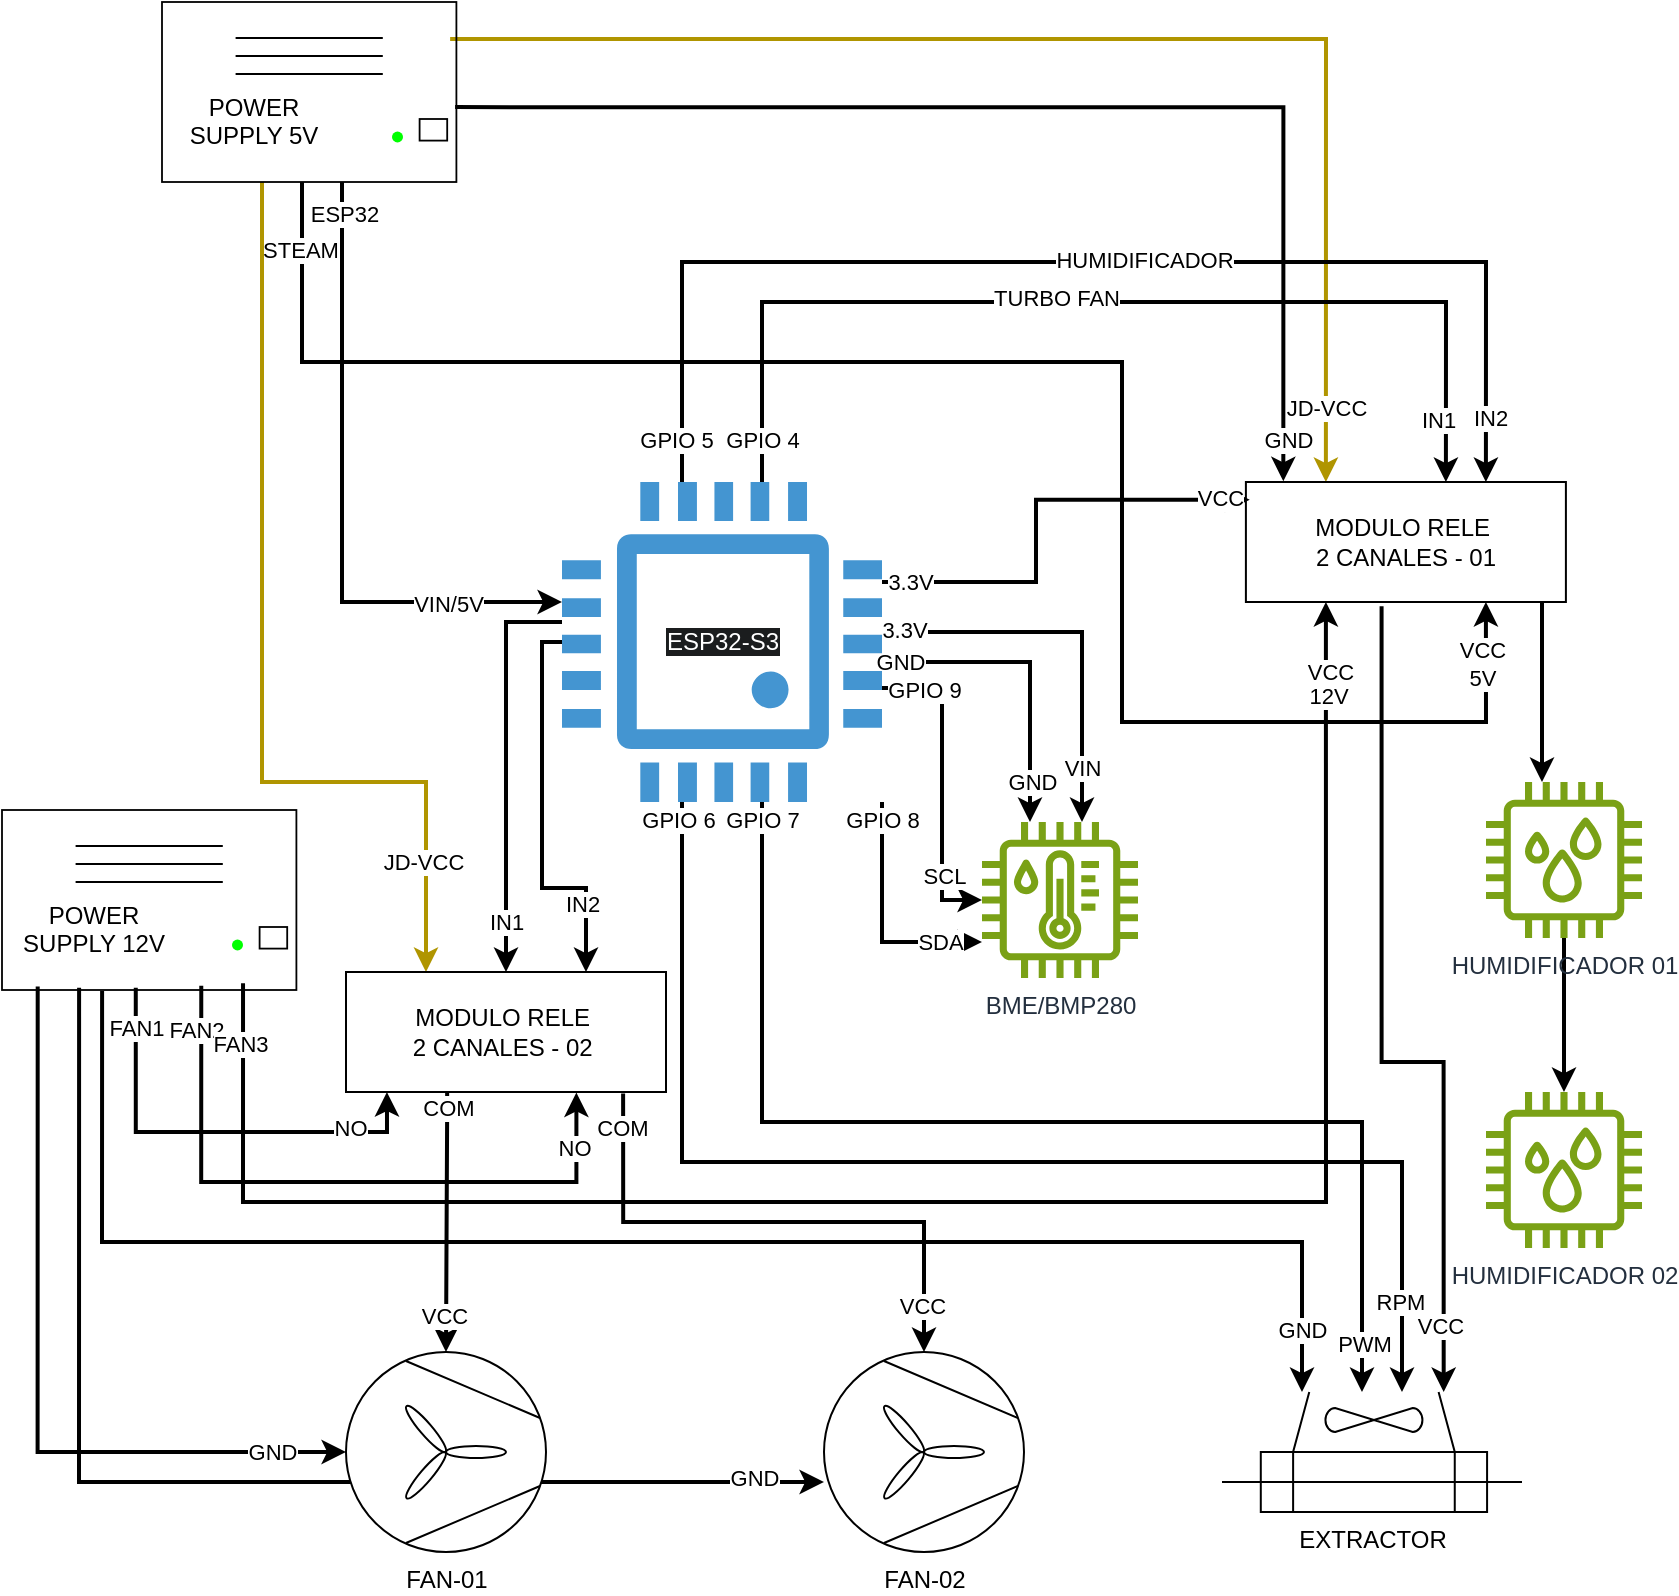
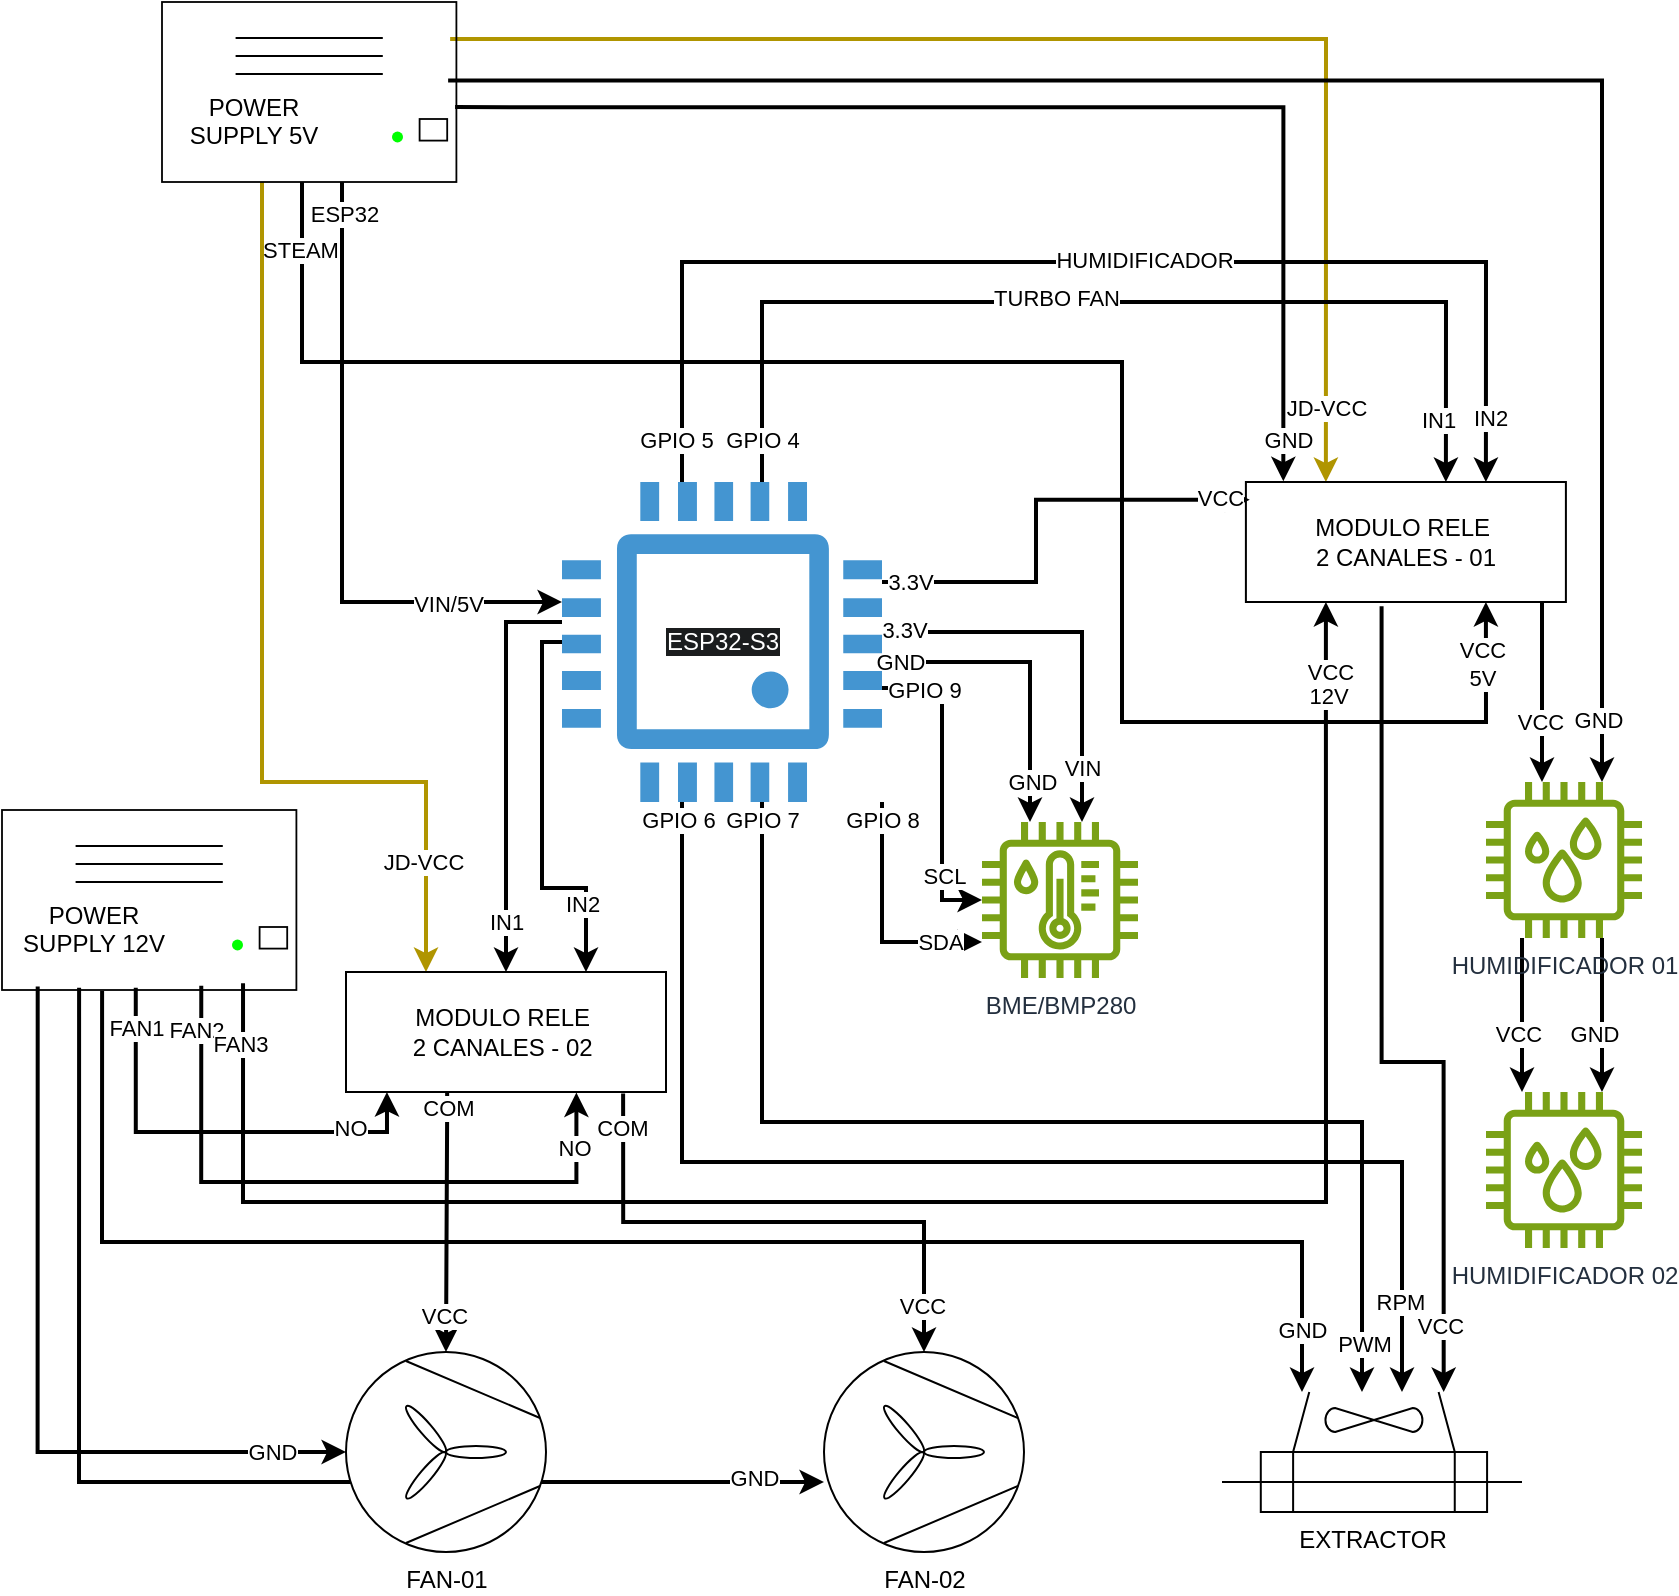
<mxfile host="app.diagrams.net">
  <diagram name="Página-1" id="koUn4hIdyBtjUtpu3TXn">
-     <mxGraphModel dx="2115" dy="705" grid="1" gridSize="10" guides="1" tooltips="1" connect="1" arrows="1" fold="1" page="1" pageScale="1" pageWidth="827" pageHeight="1169" math="0" shadow="0">
+     <mxGraphModel dx="2887" dy="1128" grid="1" gridSize="10" guides="1" tooltips="1" connect="1" arrows="1" fold="1" page="1" pageScale="1" pageWidth="827" pageHeight="1169" math="0" shadow="0">
      <root>
        <mxCell id="0" />
        <mxCell id="1" parent="0" />
        <mxCell id="JcPs1KeFLbjiR-1g2Z5X-6" edge="1" parent="1" source="-57AGY_NIGQAZNsNdCAg-44" style="edgeStyle=orthogonalEdgeStyle;rounded=0;orthogonalLoop=1;jettySize=auto;html=1;entryX=0.25;entryY=0;entryDx=0;entryDy=0;fillColor=#e3c800;strokeColor=light-dark(#B09500,#FFFF33);strokeWidth=2;exitX=1.566;exitY=0.206;exitDx=0;exitDy=0;exitPerimeter=0;" target="JcPs1KeFLbjiR-1g2Z5X-2" value="">
          <mxGeometry relative="1" as="geometry">
            <mxPoint x="200" y="135" as="sourcePoint" />
          </mxGeometry>
        </mxCell>
        <mxCell id="-57AGY_NIGQAZNsNdCAg-20" connectable="0" parent="JcPs1KeFLbjiR-1g2Z5X-6" style="edgeLabel;html=1;align=center;verticalAlign=middle;resizable=0;points=[];" value="JD-VCC" vertex="1">
          <mxGeometry relative="1" x="0.8871" as="geometry">
            <mxPoint as="offset" />
          </mxGeometry>
        </mxCell>
        <mxCell id="JcPs1KeFLbjiR-1g2Z5X-10" edge="1" parent="1" source="-57AGY_NIGQAZNsNdCAg-44" style="edgeStyle=orthogonalEdgeStyle;rounded=0;orthogonalLoop=1;jettySize=auto;html=1;entryX=0.117;entryY=-0.006;entryDx=0;entryDy=0;strokeWidth=2;exitX=1.593;exitY=0.584;exitDx=0;exitDy=0;entryPerimeter=0;exitPerimeter=0;" target="JcPs1KeFLbjiR-1g2Z5X-2" value="">
          <mxGeometry relative="1" x="0.0006" as="geometry">
            <mxPoint as="offset" />
            <Array as="points">
              <mxPoint x="611" y="143" />
            </Array>
            <mxPoint x="200" y="150" as="sourcePoint" />
          </mxGeometry>
        </mxCell>
        <mxCell id="-57AGY_NIGQAZNsNdCAg-32" connectable="0" parent="JcPs1KeFLbjiR-1g2Z5X-10" style="edgeLabel;html=1;align=center;verticalAlign=middle;resizable=0;points=[];" value="GND" vertex="1">
          <mxGeometry relative="1" x="0.9315" y="2" as="geometry">
            <mxPoint as="offset" />
          </mxGeometry>
        </mxCell>
        <mxCell id="JcPs1KeFLbjiR-1g2Z5X-53" edge="1" parent="1" source="-57AGY_NIGQAZNsNdCAg-45" style="edgeStyle=orthogonalEdgeStyle;rounded=0;orthogonalLoop=1;jettySize=auto;html=1;exitX=0.419;exitY=0.988;exitDx=0;exitDy=0;strokeWidth=2;exitPerimeter=0;" target="JcPs1KeFLbjiR-1g2Z5X-51">
          <mxGeometry relative="1" as="geometry">
            <Array as="points">
              <mxPoint x="9" y="830" />
            </Array>
            <mxPoint x="8" y="590" as="sourcePoint" />
          </mxGeometry>
        </mxCell>
        <mxCell id="JcPs1KeFLbjiR-1g2Z5X-54" connectable="0" parent="JcPs1KeFLbjiR-1g2Z5X-53" style="edgeLabel;html=1;align=center;verticalAlign=middle;resizable=0;points=[];" value="GND" vertex="1">
          <mxGeometry relative="1" x="0.8845" y="2" as="geometry">
            <mxPoint as="offset" />
          </mxGeometry>
        </mxCell>
        <mxCell id="JcPs1KeFLbjiR-1g2Z5X-13" edge="1" parent="1" source="-57AGY_NIGQAZNsNdCAg-44" style="edgeStyle=orthogonalEdgeStyle;rounded=0;orthogonalLoop=1;jettySize=auto;html=1;strokeColor=light-dark(#000000,#FF9933);strokeWidth=2;" target="JcPs1KeFLbjiR-1g2Z5X-11" value="">
          <mxGeometry relative="1" x="-0.0012" as="geometry">
            <mxPoint as="offset" />
            <Array as="points">
              <mxPoint x="140" y="390" />
            </Array>
            <mxPoint x="140" y="180" as="sourcePoint" />
            <mxPoint x="240" y="340" as="targetPoint" />
          </mxGeometry>
        </mxCell>
        <mxCell id="JcPs1KeFLbjiR-1g2Z5X-43" connectable="0" parent="JcPs1KeFLbjiR-1g2Z5X-13" style="edgeLabel;html=1;align=center;verticalAlign=middle;resizable=0;points=[];" value="VIN/5V" vertex="1">
          <mxGeometry relative="1" x="0.6434" y="-1" as="geometry">
            <mxPoint as="offset" />
          </mxGeometry>
        </mxCell>
        <mxCell id="-57AGY_NIGQAZNsNdCAg-64" connectable="0" parent="JcPs1KeFLbjiR-1g2Z5X-13" style="edgeLabel;html=1;align=center;verticalAlign=middle;resizable=0;points=[];" value="ESP32" vertex="1">
          <mxGeometry relative="1" x="-0.9" y="1" as="geometry">
            <mxPoint as="offset" />
          </mxGeometry>
        </mxCell>
        <mxCell id="JcPs1KeFLbjiR-1g2Z5X-38" edge="1" parent="1" source="-57AGY_NIGQAZNsNdCAg-44" style="edgeStyle=orthogonalEdgeStyle;rounded=0;orthogonalLoop=1;jettySize=auto;html=1;entryX=0.25;entryY=0;entryDx=0;entryDy=0;strokeColor=light-dark(#B09500,#FFFF33);strokeWidth=2;" target="JcPs1KeFLbjiR-1g2Z5X-26">
          <mxGeometry relative="1" as="geometry">
            <Array as="points">
              <mxPoint x="100" y="480" />
              <mxPoint x="182" y="480" />
            </Array>
            <mxPoint x="100" y="180" as="sourcePoint" />
          </mxGeometry>
        </mxCell>
        <mxCell id="JcPs1KeFLbjiR-1g2Z5X-41" connectable="0" parent="JcPs1KeFLbjiR-1g2Z5X-38" style="edgeLabel;html=1;align=center;verticalAlign=middle;resizable=0;points=[];" value="JD-VCC&amp;nbsp;" vertex="1">
          <mxGeometry relative="1" x="0.7674" as="geometry">
            <mxPoint as="offset" />
          </mxGeometry>
        </mxCell>
        <mxCell id="-57AGY_NIGQAZNsNdCAg-9" edge="1" parent="1" source="JcPs1KeFLbjiR-1g2Z5X-2" style="edgeStyle=orthogonalEdgeStyle;rounded=0;orthogonalLoop=1;jettySize=auto;html=1;strokeColor=light-dark(#000000,#FF0000);strokeWidth=2;exitX=0.424;exitY=1.035;exitDx=0;exitDy=0;exitPerimeter=0;">
          <mxGeometry relative="1" as="geometry">
            <Array as="points">
              <mxPoint x="660" y="620" />
              <mxPoint x="691" y="620" />
            </Array>
            <mxPoint x="690.8447368421055" y="785" as="targetPoint" />
          </mxGeometry>
        </mxCell>
        <mxCell id="-57AGY_NIGQAZNsNdCAg-10" connectable="0" parent="-57AGY_NIGQAZNsNdCAg-9" style="edgeLabel;html=1;align=center;verticalAlign=middle;resizable=0;points=[];" value="VCC" vertex="1">
          <mxGeometry relative="1" x="0.8878" y="-2" as="geometry">
            <mxPoint y="-9" as="offset" />
          </mxGeometry>
        </mxCell>
        <mxCell id="-57AGY_NIGQAZNsNdCAg-68" edge="1" parent="1" source="JcPs1KeFLbjiR-1g2Z5X-2" style="edgeStyle=orthogonalEdgeStyle;rounded=0;orthogonalLoop=1;jettySize=auto;html=1;strokeColor=light-dark(#000000,#FF0000);strokeWidth=2;" target="-57AGY_NIGQAZNsNdCAg-60">
          <mxGeometry relative="1" as="geometry">
            <Array as="points">
              <mxPoint x="740" y="450" />
              <mxPoint x="740" y="450" />
            </Array>
          </mxGeometry>
        </mxCell>
+         <mxCell id="-57AGY_NIGQAZNsNdCAg-73" connectable="0" parent="-57AGY_NIGQAZNsNdCAg-68" style="edgeLabel;html=1;align=center;verticalAlign=middle;resizable=0;points=[];" value="VCC" vertex="1">
+           <mxGeometry relative="1" x="0.3278" y="-1" as="geometry">
+             <mxPoint as="offset" />
+           </mxGeometry>
+         </mxCell>
        <mxCell id="JcPs1KeFLbjiR-1g2Z5X-2" parent="1" style="rounded=0;whiteSpace=wrap;html=1;strokeColor=light-dark(#000000,#0066CC);" value="MODULO RELE&amp;nbsp;&lt;div&gt;2 CANALES - 01&lt;/div&gt;" vertex="1">
          <mxGeometry height="60" width="160" x="591.95" y="330" as="geometry" />
        </mxCell>
        <mxCell id="JcPs1KeFLbjiR-1g2Z5X-7" parent="1" style="verticalLabelPosition=bottom;outlineConnect=0;align=center;dashed=0;html=1;verticalAlign=top;shape=mxgraph.pid.misc.fan;" value="FAN-01" vertex="1">
          <mxGeometry height="100" width="100" x="142" y="765" as="geometry" />
        </mxCell>
        <mxCell id="-57AGY_NIGQAZNsNdCAg-4" edge="1" parent="1" source="-57AGY_NIGQAZNsNdCAg-45" style="edgeStyle=orthogonalEdgeStyle;rounded=0;orthogonalLoop=1;jettySize=auto;html=1;strokeWidth=2;exitX=0.544;exitY=1.005;exitDx=0;exitDy=0;exitPerimeter=0;" target="-57AGY_NIGQAZNsNdCAg-3">
          <mxGeometry relative="1" as="geometry">
            <Array as="points">
              <mxPoint x="20" y="710" />
              <mxPoint x="620" y="710" />
            </Array>
            <mxPoint x="30" y="590" as="sourcePoint" />
          </mxGeometry>
        </mxCell>
        <mxCell id="-57AGY_NIGQAZNsNdCAg-5" connectable="0" parent="-57AGY_NIGQAZNsNdCAg-4" style="edgeLabel;html=1;align=center;verticalAlign=middle;resizable=0;points=[];" value="GND" vertex="1">
          <mxGeometry relative="1" x="0.9221" as="geometry">
            <mxPoint as="offset" />
          </mxGeometry>
        </mxCell>
        <mxCell id="JcPs1KeFLbjiR-1g2Z5X-17" edge="1" parent="1" source="JcPs1KeFLbjiR-1g2Z5X-11" style="edgeStyle=orthogonalEdgeStyle;rounded=0;orthogonalLoop=1;jettySize=auto;html=1;strokeColor=light-dark(#000000,#FF9933);startSize=6;strokeWidth=2;" target="JcPs1KeFLbjiR-1g2Z5X-16" value="">
          <mxGeometry relative="1" x="-0.0026" as="geometry">
            <mxPoint as="offset" />
            <Array as="points">
              <mxPoint x="510" y="405" />
            </Array>
          </mxGeometry>
        </mxCell>
        <mxCell id="JcPs1KeFLbjiR-1g2Z5X-18" connectable="0" parent="JcPs1KeFLbjiR-1g2Z5X-17" style="edgeLabel;html=1;align=center;verticalAlign=middle;resizable=0;points=[];" value="VIN" vertex="1">
          <mxGeometry relative="1" x="0.7232" as="geometry">
            <mxPoint as="offset" />
          </mxGeometry>
        </mxCell>
        <mxCell id="-57AGY_NIGQAZNsNdCAg-39" connectable="0" parent="JcPs1KeFLbjiR-1g2Z5X-17" style="edgeLabel;html=1;align=center;verticalAlign=middle;resizable=0;points=[];" value="3.3V" vertex="1">
          <mxGeometry relative="1" x="-0.8873" y="1" as="geometry">
            <mxPoint as="offset" />
          </mxGeometry>
        </mxCell>
        <mxCell id="JcPs1KeFLbjiR-1g2Z5X-21" edge="1" parent="1" source="JcPs1KeFLbjiR-1g2Z5X-11" style="edgeStyle=orthogonalEdgeStyle;rounded=0;orthogonalLoop=1;jettySize=auto;html=1;strokeWidth=2;" target="JcPs1KeFLbjiR-1g2Z5X-16">
          <mxGeometry relative="1" as="geometry">
            <Array as="points">
              <mxPoint x="484" y="420" />
            </Array>
          </mxGeometry>
        </mxCell>
        <mxCell id="JcPs1KeFLbjiR-1g2Z5X-23" connectable="0" parent="JcPs1KeFLbjiR-1g2Z5X-21" style="edgeLabel;html=1;align=center;verticalAlign=middle;resizable=0;points=[];" value="GND" vertex="1">
          <mxGeometry relative="1" x="-0.4403" as="geometry">
            <mxPoint x="-34" as="offset" />
          </mxGeometry>
        </mxCell>
        <mxCell id="-57AGY_NIGQAZNsNdCAg-40" connectable="0" parent="JcPs1KeFLbjiR-1g2Z5X-21" style="edgeLabel;html=1;align=center;verticalAlign=middle;resizable=0;points=[];" value="GND" vertex="1">
          <mxGeometry relative="1" x="0.7311" y="1" as="geometry">
            <mxPoint as="offset" />
          </mxGeometry>
        </mxCell>
        <mxCell id="JcPs1KeFLbjiR-1g2Z5X-44" edge="1" parent="1" source="JcPs1KeFLbjiR-1g2Z5X-11" style="edgeStyle=orthogonalEdgeStyle;rounded=0;orthogonalLoop=1;jettySize=auto;html=1;strokeColor=light-dark(#000000,#00CCCC);strokeWidth=2;entryX=0.5;entryY=0;entryDx=0;entryDy=0;" target="JcPs1KeFLbjiR-1g2Z5X-26">
          <mxGeometry relative="1" as="geometry">
            <Array as="points">
              <mxPoint x="222" y="400" />
            </Array>
            <mxPoint x="257" y="400.0044827586207" as="sourcePoint" />
            <mxPoint x="210" y="559.97" as="targetPoint" />
          </mxGeometry>
        </mxCell>
        <mxCell id="JcPs1KeFLbjiR-1g2Z5X-46" connectable="0" parent="JcPs1KeFLbjiR-1g2Z5X-44" style="edgeLabel;html=1;align=center;verticalAlign=middle;resizable=0;points=[];" value="IN1" vertex="1">
          <mxGeometry relative="1" x="0.7496" as="geometry">
            <mxPoint as="offset" />
          </mxGeometry>
        </mxCell>
        <mxCell id="JcPs1KeFLbjiR-1g2Z5X-48" edge="1" parent="1" source="JcPs1KeFLbjiR-1g2Z5X-11" style="edgeStyle=orthogonalEdgeStyle;rounded=0;orthogonalLoop=1;jettySize=auto;html=1;entryX=0.75;entryY=0;entryDx=0;entryDy=0;strokeColor=light-dark(#000000,#00CCCC);strokeWidth=2;" target="JcPs1KeFLbjiR-1g2Z5X-26">
          <mxGeometry relative="1" as="geometry">
            <Array as="points">
              <mxPoint x="240" y="410" />
              <mxPoint x="240" y="533" />
              <mxPoint x="262" y="533" />
            </Array>
          </mxGeometry>
        </mxCell>
        <mxCell id="JcPs1KeFLbjiR-1g2Z5X-49" connectable="0" parent="JcPs1KeFLbjiR-1g2Z5X-48" style="edgeLabel;html=1;align=center;verticalAlign=middle;resizable=0;points=[];" value="IN2" vertex="1">
          <mxGeometry relative="1" x="0.6508" y="-2" as="geometry">
            <mxPoint as="offset" />
          </mxGeometry>
        </mxCell>
        <mxCell id="-57AGY_NIGQAZNsNdCAg-12" edge="1" parent="1" source="JcPs1KeFLbjiR-1g2Z5X-11" style="edgeStyle=orthogonalEdgeStyle;rounded=0;orthogonalLoop=1;jettySize=auto;html=1;strokeColor=light-dark(#000000,#80FF00);strokeWidth=2;" target="-57AGY_NIGQAZNsNdCAg-3">
          <mxGeometry relative="1" as="geometry">
            <Array as="points">
              <mxPoint x="310" y="670" />
              <mxPoint x="670" y="670" />
            </Array>
          </mxGeometry>
        </mxCell>
        <mxCell id="-57AGY_NIGQAZNsNdCAg-15" connectable="0" parent="-57AGY_NIGQAZNsNdCAg-12" style="edgeLabel;html=1;align=center;verticalAlign=middle;resizable=0;points=[];" value="RPM" vertex="1">
          <mxGeometry relative="1" x="0.8651" y="-1" as="geometry">
            <mxPoint y="-1" as="offset" />
          </mxGeometry>
        </mxCell>
        <mxCell id="-57AGY_NIGQAZNsNdCAg-16" connectable="0" parent="-57AGY_NIGQAZNsNdCAg-12" style="edgeLabel;html=1;align=center;verticalAlign=middle;resizable=0;points=[];" value="GPIO 6" vertex="1">
          <mxGeometry relative="1" x="-0.9151" y="-1" as="geometry">
            <mxPoint x="-1" y="-19" as="offset" />
          </mxGeometry>
        </mxCell>
        <mxCell id="-57AGY_NIGQAZNsNdCAg-46" edge="1" parent="1" source="JcPs1KeFLbjiR-1g2Z5X-16" style="edgeStyle=orthogonalEdgeStyle;rounded=0;orthogonalLoop=1;jettySize=auto;html=1;strokeColor=light-dark(#000000,#00FFFF);strokeWidth=2;endArrow=none;endFill=0;startArrow=classic;startFill=1;" target="JcPs1KeFLbjiR-1g2Z5X-11">
          <mxGeometry relative="1" as="geometry">
            <Array as="points">
              <mxPoint x="440" y="539" />
              <mxPoint x="440" y="433" />
            </Array>
          </mxGeometry>
        </mxCell>
        <mxCell id="-57AGY_NIGQAZNsNdCAg-47" connectable="0" parent="-57AGY_NIGQAZNsNdCAg-46" style="edgeLabel;html=1;align=center;verticalAlign=middle;resizable=0;points=[];" value="GPIO 9" vertex="1">
          <mxGeometry relative="1" x="0.7309" y="1" as="geometry">
            <mxPoint as="offset" />
          </mxGeometry>
        </mxCell>
        <mxCell id="-57AGY_NIGQAZNsNdCAg-49" connectable="0" parent="-57AGY_NIGQAZNsNdCAg-46" style="edgeLabel;html=1;align=center;verticalAlign=middle;resizable=0;points=[];" value="SCL" vertex="1">
          <mxGeometry relative="1" x="-0.5871" y="-1" as="geometry">
            <mxPoint as="offset" />
          </mxGeometry>
        </mxCell>
        <mxCell id="JcPs1KeFLbjiR-1g2Z5X-16" parent="1" style="sketch=0;outlineConnect=0;fontColor=#232F3E;gradientColor=none;fillColor=#7AA116;strokeColor=none;dashed=0;verticalLabelPosition=bottom;verticalAlign=top;align=center;html=1;fontSize=12;fontStyle=0;aspect=fixed;pointerEvents=1;shape=mxgraph.aws4.iot_thing_temperature_humidity_sensor;" value="BME/BMP280" vertex="1">
          <mxGeometry height="78" width="78" x="460" y="500" as="geometry" />
        </mxCell>
        <mxCell id="JcPs1KeFLbjiR-1g2Z5X-24" edge="1" parent="1" source="-57AGY_NIGQAZNsNdCAg-45" style="edgeStyle=orthogonalEdgeStyle;rounded=0;orthogonalLoop=1;jettySize=auto;html=1;strokeWidth=2;exitX=0.194;exitY=0.981;exitDx=0;exitDy=0;exitPerimeter=0;" target="JcPs1KeFLbjiR-1g2Z5X-7">
          <mxGeometry relative="1" as="geometry">
            <Array as="points">
              <mxPoint x="-12" y="815" />
            </Array>
            <mxPoint x="-12" y="590" as="sourcePoint" />
          </mxGeometry>
        </mxCell>
        <mxCell id="JcPs1KeFLbjiR-1g2Z5X-33" connectable="0" parent="JcPs1KeFLbjiR-1g2Z5X-24" style="edgeLabel;html=1;align=center;verticalAlign=middle;resizable=0;points=[];" value="GND" vertex="1">
          <mxGeometry relative="1" x="0.8091" y="1" as="geometry">
            <mxPoint y="1" as="offset" />
          </mxGeometry>
        </mxCell>
        <mxCell id="JcPs1KeFLbjiR-1g2Z5X-29" edge="1" parent="1" source="JcPs1KeFLbjiR-1g2Z5X-26" style="edgeStyle=orthogonalEdgeStyle;rounded=0;orthogonalLoop=1;jettySize=auto;html=1;strokeColor=light-dark(#000000,#FF3333);strokeWidth=2;exitX=0.316;exitY=0.985;exitDx=0;exitDy=0;exitPerimeter=0;" target="JcPs1KeFLbjiR-1g2Z5X-7">
          <mxGeometry relative="1" as="geometry">
            <Array as="points">
              <mxPoint x="193" y="640" />
              <mxPoint x="192" y="640" />
            </Array>
          </mxGeometry>
        </mxCell>
        <mxCell id="JcPs1KeFLbjiR-1g2Z5X-32" connectable="0" parent="JcPs1KeFLbjiR-1g2Z5X-29" style="edgeLabel;html=1;align=center;verticalAlign=middle;resizable=0;points=[];" value="COM" vertex="1">
          <mxGeometry relative="1" x="-0.8187" y="-2" as="geometry">
            <mxPoint x="3" y="-3" as="offset" />
          </mxGeometry>
        </mxCell>
        <mxCell id="JcPs1KeFLbjiR-1g2Z5X-56" connectable="0" parent="JcPs1KeFLbjiR-1g2Z5X-29" style="edgeLabel;html=1;align=center;verticalAlign=middle;resizable=0;points=[];" value="VCC" vertex="1">
          <mxGeometry relative="1" x="0.7155" y="-1" as="geometry">
            <mxPoint as="offset" />
          </mxGeometry>
        </mxCell>
        <mxCell id="JcPs1KeFLbjiR-1g2Z5X-26" parent="1" style="rounded=0;whiteSpace=wrap;html=1;" value="MODULO RELE&amp;nbsp;&lt;div&gt;2 CANALES - 02&amp;nbsp;&lt;/div&gt;" vertex="1">
          <mxGeometry height="60" width="160" x="142" y="575" as="geometry" />
        </mxCell>
        <mxCell id="JcPs1KeFLbjiR-1g2Z5X-51" parent="1" style="verticalLabelPosition=bottom;outlineConnect=0;align=center;dashed=0;html=1;verticalAlign=top;shape=mxgraph.pid.misc.fan;" value="FAN-02" vertex="1">
          <mxGeometry height="100" width="100" x="381" y="765" as="geometry" />
        </mxCell>
        <mxCell id="JcPs1KeFLbjiR-1g2Z5X-55" edge="1" parent="1" source="JcPs1KeFLbjiR-1g2Z5X-26" style="edgeStyle=orthogonalEdgeStyle;rounded=0;orthogonalLoop=1;jettySize=auto;html=1;exitX=0.866;exitY=1.012;exitDx=0;exitDy=0;exitPerimeter=0;strokeColor=light-dark(#000000,#990000);strokeWidth=2;" target="JcPs1KeFLbjiR-1g2Z5X-51">
          <mxGeometry relative="1" as="geometry" />
        </mxCell>
        <mxCell id="JcPs1KeFLbjiR-1g2Z5X-57" connectable="0" parent="JcPs1KeFLbjiR-1g2Z5X-55" style="edgeLabel;html=1;align=center;verticalAlign=middle;resizable=0;points=[];" value="VCC" vertex="1">
          <mxGeometry relative="1" x="0.8346" y="-1" as="geometry">
            <mxPoint as="offset" />
          </mxGeometry>
        </mxCell>
        <mxCell id="JcPs1KeFLbjiR-1g2Z5X-58" connectable="0" parent="JcPs1KeFLbjiR-1g2Z5X-55" style="edgeLabel;html=1;align=center;verticalAlign=middle;resizable=0;points=[];" value="COM" vertex="1">
          <mxGeometry relative="1" x="-0.8794" y="-1" as="geometry">
            <mxPoint as="offset" />
          </mxGeometry>
        </mxCell>
        <mxCell id="-57AGY_NIGQAZNsNdCAg-3" parent="1" style="verticalLabelPosition=bottom;outlineConnect=0;align=center;dashed=0;html=1;verticalAlign=top;shape=mxgraph.pid.misc.induced_flow_air_cooler;" value="EXTRACTOR" vertex="1">
          <mxGeometry height="60" width="150" x="580" y="785" as="geometry" />
        </mxCell>
        <mxCell id="-57AGY_NIGQAZNsNdCAg-17" edge="1" parent="1" source="JcPs1KeFLbjiR-1g2Z5X-11" style="edgeStyle=orthogonalEdgeStyle;rounded=0;orthogonalLoop=1;jettySize=auto;html=1;entryX=0.625;entryY=0;entryDx=0;entryDy=0;entryPerimeter=0;strokeWidth=2;strokeColor=light-dark(#000000,#00CC66);" target="JcPs1KeFLbjiR-1g2Z5X-2">
          <mxGeometry relative="1" as="geometry">
            <Array as="points">
              <mxPoint x="350" y="240" />
              <mxPoint x="692" y="240" />
            </Array>
            <mxPoint x="376.0026315789475" y="350" as="sourcePoint" />
          </mxGeometry>
        </mxCell>
        <mxCell id="-57AGY_NIGQAZNsNdCAg-18" connectable="0" parent="-57AGY_NIGQAZNsNdCAg-17" style="edgeLabel;html=1;align=center;verticalAlign=middle;resizable=0;points=[];" value="GPIO 4" vertex="1">
          <mxGeometry relative="1" x="-0.9186" as="geometry">
            <mxPoint as="offset" />
          </mxGeometry>
        </mxCell>
        <mxCell id="-57AGY_NIGQAZNsNdCAg-21" connectable="0" parent="-57AGY_NIGQAZNsNdCAg-17" style="edgeLabel;html=1;align=center;verticalAlign=middle;resizable=0;points=[];" value="IN1" vertex="1">
          <mxGeometry relative="1" x="0.8792" y="-4" as="geometry">
            <mxPoint as="offset" />
          </mxGeometry>
        </mxCell>
        <mxCell id="-57AGY_NIGQAZNsNdCAg-29" connectable="0" parent="-57AGY_NIGQAZNsNdCAg-17" style="edgeLabel;html=1;align=center;verticalAlign=middle;resizable=0;points=[];" value="TURBO FAN" vertex="1">
          <mxGeometry relative="1" x="-0.0966" y="2" as="geometry">
            <mxPoint x="1" as="offset" />
          </mxGeometry>
        </mxCell>
        <mxCell id="-57AGY_NIGQAZNsNdCAg-22" edge="1" parent="1" source="JcPs1KeFLbjiR-1g2Z5X-11" style="edgeStyle=orthogonalEdgeStyle;rounded=0;orthogonalLoop=1;jettySize=auto;html=1;entryX=0.75;entryY=0;entryDx=0;entryDy=0;strokeColor=light-dark(#000000,#00CC66);strokeWidth=2;" target="JcPs1KeFLbjiR-1g2Z5X-2">
          <mxGeometry relative="1" as="geometry">
            <Array as="points">
              <mxPoint x="310" y="220" />
              <mxPoint x="712" y="220" />
            </Array>
          </mxGeometry>
        </mxCell>
        <mxCell id="-57AGY_NIGQAZNsNdCAg-25" connectable="0" parent="-57AGY_NIGQAZNsNdCAg-22" style="edgeLabel;html=1;align=center;verticalAlign=middle;resizable=0;points=[];" value="IN2" vertex="1">
          <mxGeometry relative="1" x="0.8969" y="2" as="geometry">
            <mxPoint as="offset" />
          </mxGeometry>
        </mxCell>
        <mxCell id="-57AGY_NIGQAZNsNdCAg-27" connectable="0" parent="-57AGY_NIGQAZNsNdCAg-22" style="edgeLabel;html=1;align=center;verticalAlign=middle;resizable=0;points=[];" value="GPIO 5" vertex="1">
          <mxGeometry relative="1" x="-0.9302" y="3" as="geometry">
            <mxPoint as="offset" />
          </mxGeometry>
        </mxCell>
        <mxCell id="-57AGY_NIGQAZNsNdCAg-31" connectable="0" parent="-57AGY_NIGQAZNsNdCAg-22" style="edgeLabel;html=1;align=center;verticalAlign=middle;resizable=0;points=[];" value="HUMIDIFICADOR" vertex="1">
          <mxGeometry relative="1" x="0.0939" y="1" as="geometry">
            <mxPoint x="1" as="offset" />
          </mxGeometry>
        </mxCell>
        <mxCell id="-57AGY_NIGQAZNsNdCAg-33" edge="1" parent="1" source="JcPs1KeFLbjiR-1g2Z5X-11" style="edgeStyle=orthogonalEdgeStyle;rounded=0;orthogonalLoop=1;jettySize=auto;html=1;entryX=0.012;entryY=0.148;entryDx=0;entryDy=0;entryPerimeter=0;strokeWidth=2;strokeColor=light-dark(#000000,#FF9933);" target="JcPs1KeFLbjiR-1g2Z5X-2">
          <mxGeometry relative="1" as="geometry">
            <Array as="points">
              <mxPoint x="487" y="380" />
              <mxPoint x="487" y="339" />
            </Array>
          </mxGeometry>
        </mxCell>
        <mxCell id="-57AGY_NIGQAZNsNdCAg-34" connectable="0" parent="-57AGY_NIGQAZNsNdCAg-33" style="edgeLabel;html=1;align=center;verticalAlign=middle;resizable=0;points=[];" value="VCC" vertex="1">
          <mxGeometry relative="1" x="0.8677" y="1" as="geometry">
            <mxPoint as="offset" />
          </mxGeometry>
        </mxCell>
        <mxCell id="-57AGY_NIGQAZNsNdCAg-36" connectable="0" parent="-57AGY_NIGQAZNsNdCAg-33" style="edgeLabel;html=1;align=center;verticalAlign=middle;resizable=0;points=[];" value="3.3V" vertex="1">
          <mxGeometry relative="1" x="-0.8735" as="geometry">
            <mxPoint as="offset" />
          </mxGeometry>
        </mxCell>
        <mxCell id="-57AGY_NIGQAZNsNdCAg-41" edge="1" parent="1" source="JcPs1KeFLbjiR-1g2Z5X-11" style="edgeStyle=orthogonalEdgeStyle;rounded=0;orthogonalLoop=1;jettySize=auto;html=1;strokeColor=light-dark(#000000,#0066CC);strokeWidth=2;" target="-57AGY_NIGQAZNsNdCAg-3">
          <mxGeometry relative="1" as="geometry">
            <Array as="points">
              <mxPoint x="350" y="650" />
              <mxPoint x="650" y="650" />
            </Array>
          </mxGeometry>
        </mxCell>
        <mxCell id="-57AGY_NIGQAZNsNdCAg-42" connectable="0" parent="-57AGY_NIGQAZNsNdCAg-41" style="edgeLabel;html=1;align=center;verticalAlign=middle;resizable=0;points=[];" value="PWM" vertex="1">
          <mxGeometry relative="1" x="0.9193" y="1" as="geometry">
            <mxPoint as="offset" />
          </mxGeometry>
        </mxCell>
        <mxCell id="-57AGY_NIGQAZNsNdCAg-43" connectable="0" parent="-57AGY_NIGQAZNsNdCAg-41" style="edgeLabel;html=1;align=center;verticalAlign=middle;resizable=0;points=[];" value="GPIO 7" vertex="1">
          <mxGeometry relative="1" x="-0.934" as="geometry">
            <mxPoint y="-11" as="offset" />
          </mxGeometry>
        </mxCell>
        <mxCell id="-57AGY_NIGQAZNsNdCAg-48" edge="1" parent="1" source="JcPs1KeFLbjiR-1g2Z5X-11" style="edgeStyle=orthogonalEdgeStyle;rounded=0;orthogonalLoop=1;jettySize=auto;html=1;strokeColor=light-dark(#000000,#0000FF);strokeWidth=2;" target="JcPs1KeFLbjiR-1g2Z5X-16">
          <mxGeometry relative="1" as="geometry">
            <Array as="points">
              <mxPoint x="410" y="560" />
            </Array>
          </mxGeometry>
        </mxCell>
        <mxCell id="-57AGY_NIGQAZNsNdCAg-50" connectable="0" parent="-57AGY_NIGQAZNsNdCAg-48" style="edgeLabel;html=1;align=center;verticalAlign=middle;resizable=0;points=[];" value="SDA" vertex="1">
          <mxGeometry relative="1" x="0.6494" as="geometry">
            <mxPoint as="offset" />
          </mxGeometry>
        </mxCell>
        <mxCell id="-57AGY_NIGQAZNsNdCAg-56" connectable="0" parent="-57AGY_NIGQAZNsNdCAg-48" style="edgeLabel;html=1;align=center;verticalAlign=middle;resizable=0;points=[];" value="GPIO 8" vertex="1">
          <mxGeometry relative="1" x="-0.8506" as="geometry">
            <mxPoint as="offset" />
          </mxGeometry>
        </mxCell>
        <mxCell id="JcPs1KeFLbjiR-1g2Z5X-11" parent="1" style="pointerEvents=1;shadow=0;dashed=0;html=1;strokeColor=none;fillColor=#4495D1;labelPosition=center;verticalLabelPosition=middle;verticalAlign=middle;align=center;outlineConnect=0;shape=mxgraph.veeam.cpu;gradientColor=none;" value="&lt;span style=&quot;color: rgb(255, 255, 255); font-family: Helvetica; font-size: 12px; font-style: normal; font-variant-ligatures: normal; font-variant-caps: normal; font-weight: 400; letter-spacing: normal; orphans: 2; text-align: center; text-indent: 0px; text-transform: none; widows: 2; word-spacing: 0px; -webkit-text-stroke-width: 0px; white-space: nowrap; background-color: rgb(27, 29, 30); text-decoration-thickness: initial; text-decoration-style: initial; text-decoration-color: initial; display: inline !important; float: none;&quot;&gt;ESP32-S3&lt;/span&gt;" vertex="1">
          <mxGeometry height="160" width="160" x="250" y="330" as="geometry" />
        </mxCell>
        <mxCell id="-57AGY_NIGQAZNsNdCAg-62" edge="1" parent="1" source="-57AGY_NIGQAZNsNdCAg-44" style="edgeStyle=orthogonalEdgeStyle;rounded=0;orthogonalLoop=1;jettySize=auto;html=1;entryX=0.75;entryY=1;entryDx=0;entryDy=0;strokeColor=light-dark(#000000,#FF0000);strokeWidth=2;" target="JcPs1KeFLbjiR-1g2Z5X-2">
          <mxGeometry relative="1" as="geometry">
            <Array as="points">
              <mxPoint x="120" y="270" />
              <mxPoint x="530" y="270" />
              <mxPoint x="530" y="450" />
              <mxPoint x="712" y="450" />
            </Array>
          </mxGeometry>
        </mxCell>
        <mxCell id="-57AGY_NIGQAZNsNdCAg-65" connectable="0" parent="-57AGY_NIGQAZNsNdCAg-62" style="edgeLabel;html=1;align=center;verticalAlign=middle;resizable=0;points=[];" value="STEAM" vertex="1">
          <mxGeometry relative="1" x="-0.9273" y="-1" as="geometry">
            <mxPoint as="offset" />
          </mxGeometry>
        </mxCell>
        <mxCell id="-57AGY_NIGQAZNsNdCAg-67" connectable="0" parent="-57AGY_NIGQAZNsNdCAg-62" style="edgeLabel;html=1;align=center;verticalAlign=middle;resizable=0;points=[];" value="VCC&lt;div&gt;5V&lt;/div&gt;" vertex="1">
          <mxGeometry relative="1" x="0.9463" y="-1" as="geometry">
            <mxPoint x="-3" y="6" as="offset" />
          </mxGeometry>
        </mxCell>
+         <mxCell id="-57AGY_NIGQAZNsNdCAg-71" edge="1" parent="1" source="-57AGY_NIGQAZNsNdCAg-44" style="edgeStyle=orthogonalEdgeStyle;rounded=0;orthogonalLoop=1;jettySize=auto;html=1;exitX=1.555;exitY=0.436;exitDx=0;exitDy=0;exitPerimeter=0;strokeWidth=2;" target="-57AGY_NIGQAZNsNdCAg-60">
+           <mxGeometry relative="1" as="geometry">
+             <Array as="points">
+               <mxPoint x="770" y="129" />
+             </Array>
+           </mxGeometry>
+         </mxCell>
+         <mxCell id="-57AGY_NIGQAZNsNdCAg-72" connectable="0" parent="-57AGY_NIGQAZNsNdCAg-71" style="edgeLabel;html=1;align=center;verticalAlign=middle;resizable=0;points=[];" value="GND" vertex="1">
+           <mxGeometry relative="1" x="0.9321" y="-2" as="geometry">
+             <mxPoint as="offset" />
+           </mxGeometry>
+         </mxCell>
        <mxCell id="-57AGY_NIGQAZNsNdCAg-44" parent="1" style="shape=stencil(tVZtb5swEP4t+4C0fehETF4+p0CmSl02rdL2MbLwtXhzbGZM1/XX77BBKTS4btJJCB135+defI9NlKR1SSuISCzpHqIkiwjZNCAN7L4qBnqX14YLhVp0+cOZKZ3PbBk7XQn8rjSdMu6UtdHqF/w4uJNWn+RRvEZr+yRpoaSEwnAl64HliR1hKJcGvx8cTAf/t/v6SBZOUYHmezCgB26Hiq6dIiKbk0MFRtqeH2kVGOrTNnt9sNkoWBIW6/vu8/rm/Gir4Gj59stEvCRFzdTwJOmt0nCnVSPZ0SzfXVygkDagK9VmorkseEUFyoiJb9PUVhaI00pQGyoZ1fyRMtUqEOAYsMZ0Jve0o8+YOiPWTHXWscnj4Ir6Bj+5EBQl1jrfI4m5oAW3ZbVLSdyTOXYUd0XvG0MZna6soi2Lnxl6817dw6Hw+bBy4i2thxBcPoGYkVMwvGkkb5BGGIY3jfkbpOHHsOSY2LDgQbpUWtrZZ92EwIMboqvH3w0HbYflfS6R7VZcpx9CebE4urM9MRYjXvgr9SHPF/8LeXVWzi80OAMMXdr23lDBbXez8O7Oxuzzd4G8pgtj7OVZ2IGTeCUZL/Dc1Shf51nfMZAFoIWp6caAELyqBzwa7SMZ5L8cpL/0Z3+L56y9IaLupnCrIjwj4s3mpeO8XX1Kayy3n11vVuv+4aziHw==);whiteSpace=wrap;html=1;" value="&lt;div&gt;&lt;br&gt;&lt;/div&gt;&lt;div&gt;&lt;br&gt;&lt;/div&gt;POWER SUPPLY 5V" vertex="1">
          <mxGeometry height="90" width="92" x="50" y="90" as="geometry" />
        </mxCell>
        <mxCell id="-57AGY_NIGQAZNsNdCAg-45" parent="1" style="shape=stencil(tVZtb5swEP4t+4C0fehETF4+p0CmSl02rdL2MbLwtXhzbGZM1/XX77BBKTS4btJJCB135+defI9NlKR1SSuISCzpHqIkiwjZNCAN7L4qBnqX14YLhVp0+cOZKZ3PbBk7XQn8rjSdMu6UtdHqF/w4uJNWn+RRvEZr+yRpoaSEwnAl64HliR1hKJcGvx8cTAf/t/v6SBZOUYHmezCgB26Hiq6dIiKbk0MFRtqeH2kVGOrTNnt9sNkoWBIW6/vu8/rm/Gir4Gj59stEvCRFzdTwJOmt0nCnVSPZ0SzfXVygkDagK9VmorkseEUFyoiJb9PUVhaI00pQGyoZ1fyRMtUqEOAYsMZ0Jve0o8+YOiPWTHXWscnj4Ir6Bj+5EBQl1jrfI4m5oAW3ZbVLSdyTOXYUd0XvG0MZna6soi2Lnxl6817dw6Hw+bBy4i2thxBcPoGYkVMwvGkkb5BGGIY3jfkbpOHHsOSY2LDgQbpUWtrZZ92EwIMboqvH3w0HbYflfS6R7VZcpx9CebE4urM9MRYjXvgr9SHPF/8LeXVWzi80OAMMXdr23lDBbXez8O7Oxuzzd4G8pgtj7OVZ2IGTeCUZL/Dc1Shf51nfMZAFoIWp6caAELyqBzwa7SMZ5L8cpL/0Z3+L56y9IaLupnCrIjwj4s3mpeO8XX1Kayy3n11vVuv+4aziHw==);whiteSpace=wrap;html=1;" value="&lt;div&gt;&lt;br&gt;&lt;/div&gt;&lt;div&gt;&lt;br&gt;&lt;/div&gt;POWER SUPPLY 12V" vertex="1">
          <mxGeometry height="90" width="92" x="-30" y="494" as="geometry" />
        </mxCell>
        <mxCell id="JcPs1KeFLbjiR-1g2Z5X-59" edge="1" parent="1" source="-57AGY_NIGQAZNsNdCAg-45" style="edgeStyle=orthogonalEdgeStyle;rounded=0;orthogonalLoop=1;jettySize=auto;html=1;entryX=0.72;entryY=1.005;entryDx=0;entryDy=0;entryPerimeter=0;strokeWidth=2;strokeColor=light-dark(#000000,#990000);exitX=1.083;exitY=0.976;exitDx=0;exitDy=0;exitPerimeter=0;" target="JcPs1KeFLbjiR-1g2Z5X-26">
          <mxGeometry relative="1" as="geometry">
            <Array as="points">
              <mxPoint x="70" y="680" />
              <mxPoint x="257" y="680" />
            </Array>
            <mxPoint x="70" y="590" as="sourcePoint" />
          </mxGeometry>
        </mxCell>
        <mxCell id="JcPs1KeFLbjiR-1g2Z5X-60" connectable="0" parent="JcPs1KeFLbjiR-1g2Z5X-59" style="edgeLabel;html=1;align=center;verticalAlign=middle;resizable=0;points=[];" value="NO" vertex="1">
          <mxGeometry relative="1" x="0.8369" y="1" as="geometry">
            <mxPoint as="offset" />
          </mxGeometry>
        </mxCell>
        <mxCell id="-57AGY_NIGQAZNsNdCAg-58" connectable="0" parent="JcPs1KeFLbjiR-1g2Z5X-59" style="edgeLabel;html=1;align=center;verticalAlign=middle;resizable=0;points=[];" value="FAN2" vertex="1">
          <mxGeometry relative="1" x="-0.8699" y="-3" as="geometry">
            <mxPoint as="offset" />
          </mxGeometry>
        </mxCell>
        <mxCell id="JcPs1KeFLbjiR-1g2Z5X-27" edge="1" parent="1" source="-57AGY_NIGQAZNsNdCAg-45" style="edgeStyle=orthogonalEdgeStyle;rounded=0;orthogonalLoop=1;jettySize=auto;html=1;entryX=0.128;entryY=1.001;entryDx=0;entryDy=0;strokeColor=light-dark(#000000,#FF3333);strokeWidth=2;entryPerimeter=0;exitX=0.727;exitY=0.987;exitDx=0;exitDy=0;exitPerimeter=0;" target="JcPs1KeFLbjiR-1g2Z5X-26">
          <mxGeometry relative="1" as="geometry">
            <Array as="points">
              <mxPoint x="37" y="655" />
              <mxPoint x="163" y="655" />
            </Array>
            <mxPoint x="38" y="590" as="sourcePoint" />
          </mxGeometry>
        </mxCell>
        <mxCell id="JcPs1KeFLbjiR-1g2Z5X-30" connectable="0" parent="JcPs1KeFLbjiR-1g2Z5X-27" style="edgeLabel;html=1;align=center;verticalAlign=middle;resizable=0;points=[];" value="NO" vertex="1">
          <mxGeometry relative="1" x="0.5968" as="geometry">
            <mxPoint x="5" y="-2" as="offset" />
          </mxGeometry>
        </mxCell>
        <mxCell id="-57AGY_NIGQAZNsNdCAg-57" connectable="0" parent="JcPs1KeFLbjiR-1g2Z5X-27" style="edgeLabel;html=1;align=center;verticalAlign=middle;resizable=0;points=[];" value="FAN1" vertex="1">
          <mxGeometry relative="1" x="-0.8193" as="geometry">
            <mxPoint as="offset" />
          </mxGeometry>
        </mxCell>
        <mxCell id="-57AGY_NIGQAZNsNdCAg-6" edge="1" parent="1" source="-57AGY_NIGQAZNsNdCAg-45" style="edgeStyle=orthogonalEdgeStyle;rounded=0;orthogonalLoop=1;jettySize=auto;html=1;strokeColor=light-dark(#000000,#FF0000);strokeWidth=2;entryX=0.25;entryY=1;entryDx=0;entryDy=0;exitX=1.31;exitY=0.963;exitDx=0;exitDy=0;exitPerimeter=0;" target="JcPs1KeFLbjiR-1g2Z5X-2">
          <mxGeometry relative="1" as="geometry">
            <Array as="points">
              <mxPoint x="91" y="690" />
              <mxPoint x="632" y="690" />
            </Array>
            <mxPoint x="90" y="590" as="sourcePoint" />
          </mxGeometry>
        </mxCell>
        <mxCell id="-57AGY_NIGQAZNsNdCAg-8" connectable="0" parent="-57AGY_NIGQAZNsNdCAg-6" style="edgeLabel;html=1;align=center;verticalAlign=middle;resizable=0;points=[];" value="VCC" vertex="1">
          <mxGeometry relative="1" x="0.9273" y="-2" as="geometry">
            <mxPoint as="offset" />
          </mxGeometry>
        </mxCell>
        <mxCell id="-57AGY_NIGQAZNsNdCAg-11" connectable="0" parent="-57AGY_NIGQAZNsNdCAg-6" style="edgeLabel;html=1;align=center;verticalAlign=middle;resizable=0;points=[];" value="12V" vertex="1">
          <mxGeometry relative="1" x="0.9012" y="-1" as="geometry">
            <mxPoint as="offset" />
          </mxGeometry>
        </mxCell>
        <mxCell id="-57AGY_NIGQAZNsNdCAg-59" connectable="0" parent="-57AGY_NIGQAZNsNdCAg-6" style="edgeLabel;html=1;align=center;verticalAlign=middle;resizable=0;points=[];" value="FAN3" vertex="1">
          <mxGeometry relative="1" x="-0.9366" y="-2" as="geometry">
            <mxPoint as="offset" />
          </mxGeometry>
        </mxCell>
        <mxCell id="-57AGY_NIGQAZNsNdCAg-70" edge="1" parent="1" source="-57AGY_NIGQAZNsNdCAg-60" style="edgeStyle=orthogonalEdgeStyle;rounded=0;orthogonalLoop=1;jettySize=auto;html=1;strokeColor=light-dark(#000000,#FF0000);strokeWidth=2;" target="-57AGY_NIGQAZNsNdCAg-69" value="">
-           <mxGeometry relative="1" as="geometry" />
+           <mxGeometry relative="1" as="geometry">
+             <Array as="points">
+               <mxPoint x="730" y="620" />
+               <mxPoint x="730" y="620" />
+             </Array>
+           </mxGeometry>
+         </mxCell>
+         <mxCell id="-57AGY_NIGQAZNsNdCAg-76" connectable="0" parent="-57AGY_NIGQAZNsNdCAg-70" style="edgeLabel;html=1;align=center;verticalAlign=middle;resizable=0;points=[];" value="VCC" vertex="1">
+           <mxGeometry relative="1" x="0.2403" y="-2" as="geometry">
+             <mxPoint as="offset" />
+           </mxGeometry>
+         </mxCell>
+         <mxCell id="-57AGY_NIGQAZNsNdCAg-74" edge="1" parent="1" source="-57AGY_NIGQAZNsNdCAg-60" style="edgeStyle=orthogonalEdgeStyle;rounded=0;orthogonalLoop=1;jettySize=auto;html=1;strokeWidth=2;" target="-57AGY_NIGQAZNsNdCAg-69">
+           <mxGeometry relative="1" as="geometry">
+             <Array as="points">
+               <mxPoint x="770" y="600" />
+               <mxPoint x="770" y="600" />
+             </Array>
+           </mxGeometry>
+         </mxCell>
+         <mxCell id="-57AGY_NIGQAZNsNdCAg-77" connectable="0" parent="-57AGY_NIGQAZNsNdCAg-74" style="edgeLabel;html=1;align=center;verticalAlign=middle;resizable=0;points=[];" value="GND" vertex="1">
+           <mxGeometry relative="1" x="0.2403" y="-4" as="geometry">
+             <mxPoint as="offset" />
+           </mxGeometry>
        </mxCell>
        <mxCell id="-57AGY_NIGQAZNsNdCAg-60" parent="1" style="sketch=0;outlineConnect=0;fontColor=#232F3E;gradientColor=none;fillColor=#7AA116;strokeColor=none;dashed=0;verticalLabelPosition=bottom;verticalAlign=top;align=center;html=1;fontSize=12;fontStyle=0;aspect=fixed;pointerEvents=1;shape=mxgraph.aws4.iot_thing_humidity_sensor;" value="HUMIDIFICADOR 01" vertex="1">
          <mxGeometry height="78" width="78" x="712" y="480" as="geometry" />
        </mxCell>
        <mxCell id="-57AGY_NIGQAZNsNdCAg-69" parent="1" style="sketch=0;outlineConnect=0;fontColor=#232F3E;gradientColor=none;fillColor=#7AA116;strokeColor=none;dashed=0;verticalLabelPosition=bottom;verticalAlign=top;align=center;html=1;fontSize=12;fontStyle=0;aspect=fixed;pointerEvents=1;shape=mxgraph.aws4.iot_thing_humidity_sensor;" value="HUMIDIFICADOR 02" vertex="1">
          <mxGeometry height="78" width="78" x="712" y="635" as="geometry" />
        </mxCell>
      </root>
    </mxGraphModel>
  </diagram>
</mxfile>
